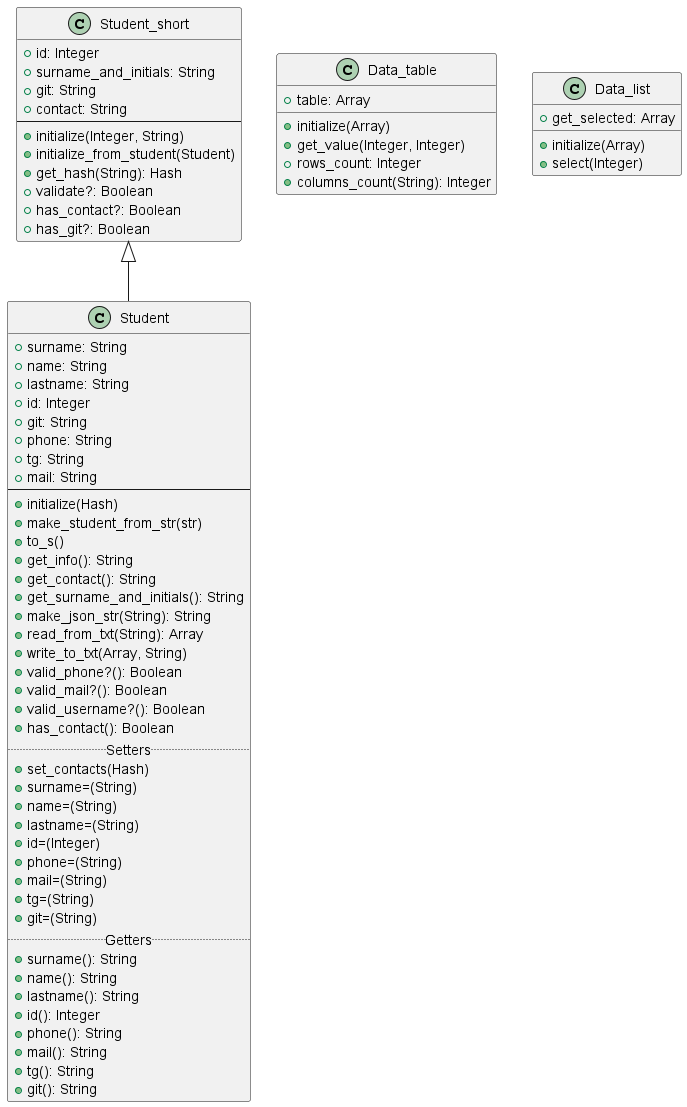
archipunkrockboy/Programming-patterns keeps this PlantUML diagram as Lab2/Diagrams/Student.png. Above is the earlier version.
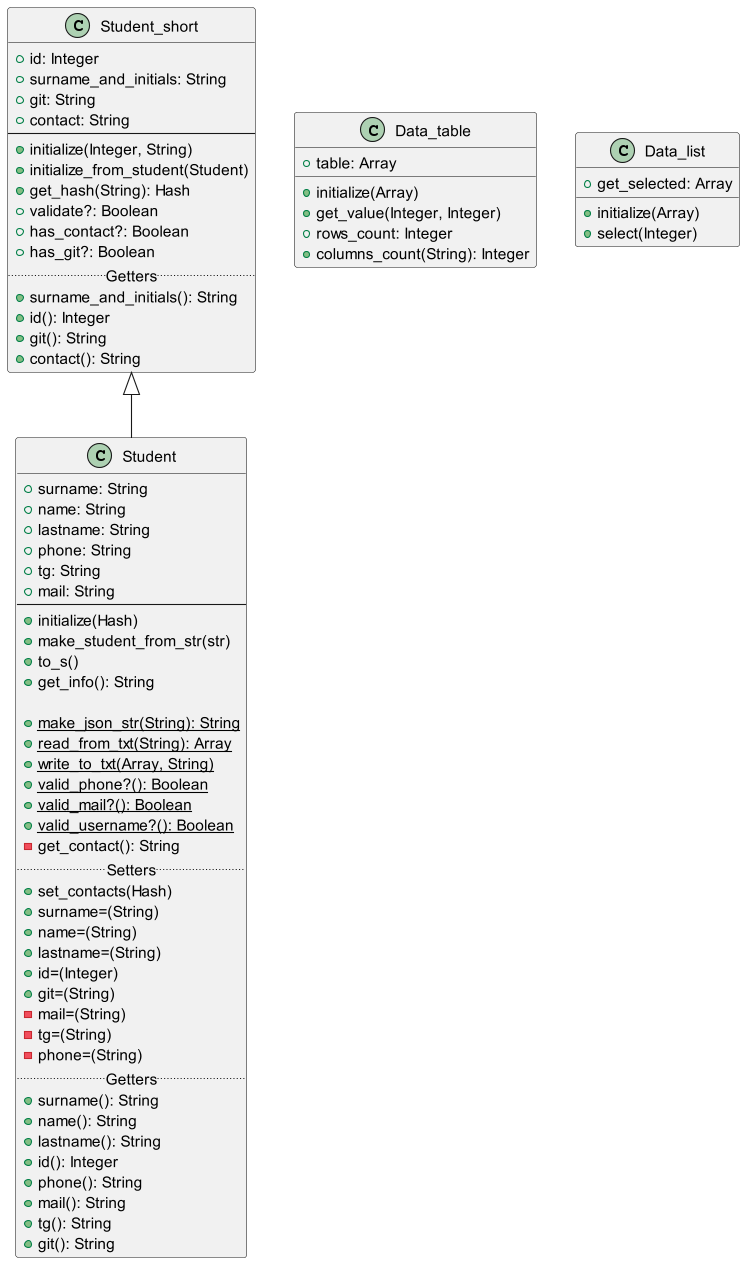
The same diagram one commit later.

Commit message:
теперь точно исправил

What changed in the source:
```diff
@@ -12,6 +12,11 @@
     +validate?: Boolean
     +has_contact?: Boolean
     +has_git?: Boolean
+    ..Getters..
+    +surname_and_initials(): String
+    +id(): Integer
+    +git(): String
+    +contact(): String
     }
 
     Class Student extends Student_short
@@ -19,8 +24,6 @@
     +surname: String
     +name: String
     +lastname: String
-    +id: Integer
-    +git: String
     +phone: String
     +tg: String
     +mail: String
@@ -29,25 +32,24 @@
     +make_student_from_str(str)
     +to_s()
     +get_info(): String
-    +get_contact(): String
-    +get_surname_and_initials(): String
-    +make_json_str(String): String
-    +read_from_txt(String): Array
-    +write_to_txt(Array, String)
-    +valid_phone?(): Boolean
-    +valid_mail?(): Boolean
-    +valid_username?(): Boolean
-    +has_contact(): Boolean
+
+    +{static}make_json_str(String): String
+    +{static}read_from_txt(String): Array
+    +{static}write_to_txt(Array, String)
+    +{static}valid_phone?(): Boolean
+    +{static}valid_mail?(): Boolean
+    +{static}valid_username?(): Boolean
+    -get_contact(): String
     .. Setters ..
     +set_contacts(Hash)
     +surname=(String)
     +name=(String)
     +lastname=(String)
     +id=(Integer)
-    +phone=(String)
-    +mail=(String)
-    +tg=(String)
     +git=(String)
+    -mail=(String)
+    -tg=(String)
+    -phone=(String)
     .. Getters ..
     +surname(): String
     +name(): String
```
